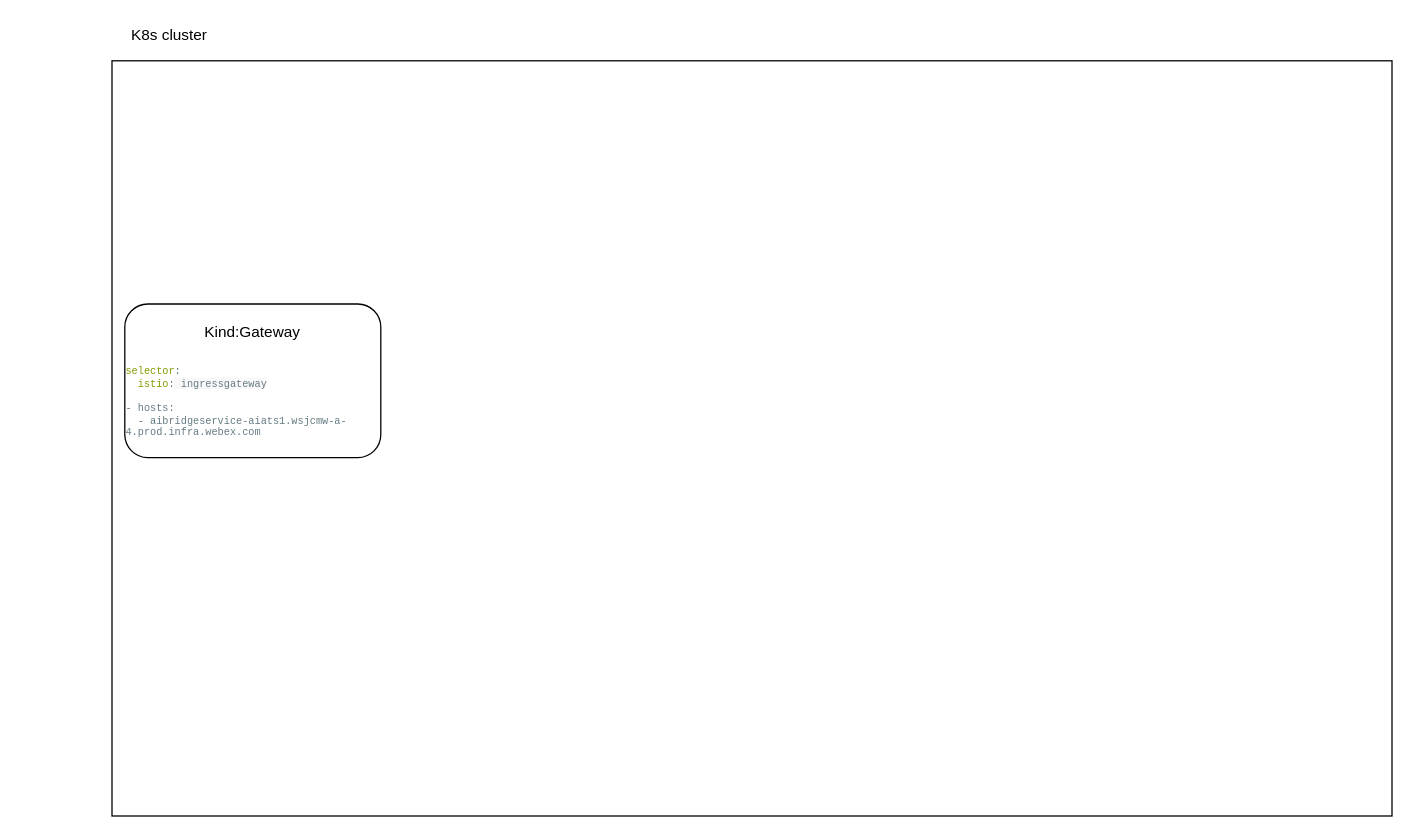
Earlier version of the draw.io diagram WEBEX-Istio-network-design.drawio (Tomoku-dm/diagrams_file). Source tidied: cells renumbered, new cells numbered last; positions are measured from the earlier drawing's top-left corner, leaving out a move shared by most shapes. Both pictures are drawn from the tidied source at 128%, with x=0, y=0 at pixel (111, 22).
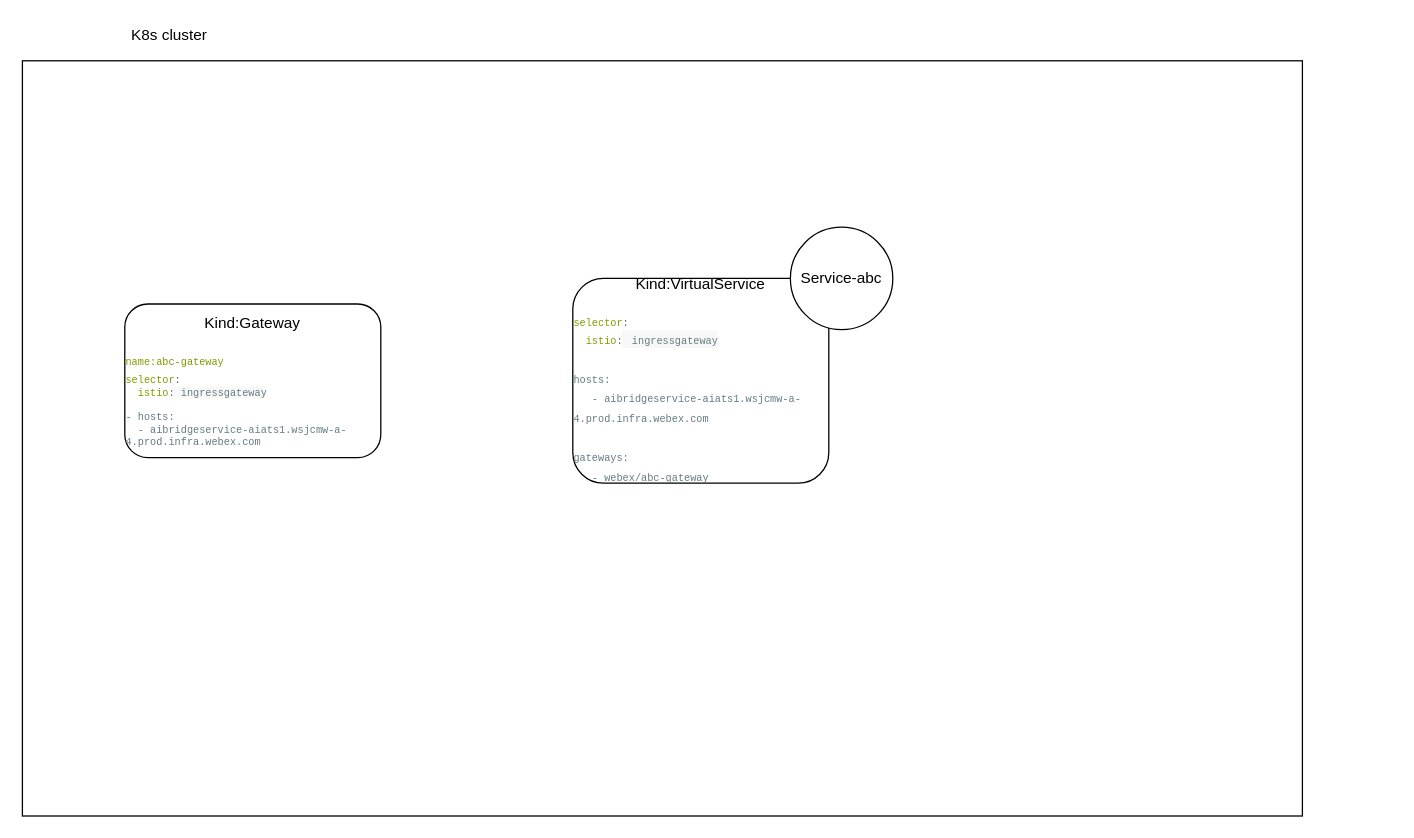
After the change.

Diff of the diagram source:
```diff
@@
 <mxGraphModel>
   <root>
     <mxCell id="0" />
     <mxCell id="1" parent="0" />
     <mxCell id="2" style="rounded=0;whiteSpace=wrap;html=1;" parent="1" vertex="1">
-      <mxGeometry y="30" width="1000" height="590" as="geometry" />
+      <mxGeometry x="-70" y="30" width="1000" height="590" as="geometry" />
     </mxCell>
     <mxCell id="3" value="K8s cluster" style="text;html=1;strokeColor=none;fillColor=none;align=center;verticalAlign=middle;whiteSpace=wrap;rounded=0;" parent="1" vertex="1">
       <mxGeometry width="90" height="20" as="geometry" />
     </mxCell>
-    <mxCell id="4" value="Kind:Gateway&lt;br&gt;&lt;br&gt;&lt;div style=&quot;text-align: left;&quot;&gt;&lt;span style=&quot;font-size: 8px; background-color: initial; margin: 0px; padding: 0px; border: 0px; font-variant-numeric: inherit; font-variant-east-asian: inherit; font-variant-alternates: inherit; font-stretch: inherit; line-height: inherit; font-family: Consolas, Monaco, &amp;quot;Andale Mono&amp;quot;, monospace; font-optical-sizing: inherit; font-kerning: inherit; font-feature-settings: inherit; font-variation-settings: inherit; vertical-align: baseline; color: rgb(133, 153, 0);&quot; class=&quot;token key atrule&quot;&gt;selector&lt;/span&gt;&lt;span style=&quot;font-size: 8px; background-color: initial; margin: 0px; padding: 0px; border: 0px; font-variant-numeric: inherit; font-variant-east-asian: inherit; font-variant-alternates: inherit; font-stretch: inherit; line-height: inherit; font-family: Consolas, Monaco, &amp;quot;Andale Mono&amp;quot;, monospace; font-optical-sizing: inherit; font-kerning: inherit; font-feature-settings: inherit; font-variation-settings: inherit; vertical-align: baseline; color: rgb(88, 110, 117);&quot; class=&quot;token punctuation&quot;&gt;:&lt;/span&gt;&lt;/div&gt;   &lt;font style=&quot;font-size: 8px;&quot;&gt;&lt;div style=&quot;text-align: left;&quot;&gt;&lt;span style=&quot;background-color: initial; margin: 0px; padding: 0px; border: 0px; font-variant-numeric: inherit; font-variant-east-asian: inherit; font-variant-alternates: inherit; font-stretch: inherit; line-height: inherit; font-family: Consolas, Monaco, &amp;quot;Andale Mono&amp;quot;, monospace; font-optical-sizing: inherit; font-kerning: inherit; font-feature-settings: inherit; font-variation-settings: inherit; vertical-align: baseline; color: rgb(133, 153, 0);&quot; class=&quot;token key atrule&quot;&gt;&amp;nbsp; istio&lt;/span&gt;&lt;span style=&quot;background-color: initial; margin: 0px; padding: 0px; border: 0px; font-variant-numeric: inherit; font-variant-east-asian: inherit; font-variant-alternates: inherit; font-stretch: inherit; line-height: inherit; font-family: Consolas, Monaco, &amp;quot;Andale Mono&amp;quot;, monospace; font-optical-sizing: inherit; font-kerning: inherit; font-feature-settings: inherit; font-variation-settings: inherit; vertical-align: baseline; color: rgb(88, 110, 117);&quot; class=&quot;token punctuation&quot;&gt;:&lt;/span&gt;&lt;span style=&quot;color: rgb(101, 123, 131); font-family: Consolas, Monaco, &amp;quot;Andale Mono&amp;quot;, monospace; background-color: rgb(248, 248, 248);&quot;&gt; ingressgateway&lt;br&gt;&lt;br&gt;&lt;div&gt;- hosts:&lt;/div&gt;&lt;div&gt;&amp;nbsp; - aibridgeservice-aiats1.wsjcmw-a-4.prod.infra.webex.com&lt;/div&gt;&lt;/span&gt;&lt;/div&gt;&lt;/font&gt;" style="rounded=1;whiteSpace=wrap;html=1;" parent="1" vertex="1">
+    <mxCell id="4" value="Kind:Gateway&lt;br&gt;&lt;br&gt;&lt;div style=&quot;text-align: left;&quot;&gt;&lt;span style=&quot;font-size: 8px; background-color: initial; margin: 0px; padding: 0px; border: 0px; font-variant-numeric: inherit; font-variant-east-asian: inherit; font-variant-alternates: inherit; font-stretch: inherit; line-height: inherit; font-family: Consolas, Monaco, &amp;quot;Andale Mono&amp;quot;, monospace; font-optical-sizing: inherit; font-kerning: inherit; font-feature-settings: inherit; font-variation-settings: inherit; vertical-align: baseline; color: rgb(133, 153, 0);&quot; class=&quot;token key atrule&quot;&gt;name:abc-gateway&lt;br&gt;selector&lt;/span&gt;&lt;span style=&quot;font-size: 8px; background-color: initial; margin: 0px; padding: 0px; border: 0px; font-variant-numeric: inherit; font-variant-east-asian: inherit; font-variant-alternates: inherit; font-stretch: inherit; line-height: inherit; font-family: Consolas, Monaco, &amp;quot;Andale Mono&amp;quot;, monospace; font-optical-sizing: inherit; font-kerning: inherit; font-feature-settings: inherit; font-variation-settings: inherit; vertical-align: baseline; color: rgb(88, 110, 117);&quot; class=&quot;token punctuation&quot;&gt;:&lt;/span&gt;&lt;/div&gt;   &lt;font style=&quot;font-size: 8px;&quot;&gt;&lt;div style=&quot;text-align: left;&quot;&gt;&lt;span style=&quot;background-color: initial; margin: 0px; padding: 0px; border: 0px; font-variant-numeric: inherit; font-variant-east-asian: inherit; font-variant-alternates: inherit; font-stretch: inherit; line-height: inherit; font-family: Consolas, Monaco, &amp;quot;Andale Mono&amp;quot;, monospace; font-optical-sizing: inherit; font-kerning: inherit; font-feature-settings: inherit; font-variation-settings: inherit; vertical-align: baseline; color: rgb(133, 153, 0);&quot; class=&quot;token key atrule&quot;&gt;&amp;nbsp; istio&lt;/span&gt;&lt;span style=&quot;background-color: initial; margin: 0px; padding: 0px; border: 0px; font-variant-numeric: inherit; font-variant-east-asian: inherit; font-variant-alternates: inherit; font-stretch: inherit; line-height: inherit; font-family: Consolas, Monaco, &amp;quot;Andale Mono&amp;quot;, monospace; font-optical-sizing: inherit; font-kerning: inherit; font-feature-settings: inherit; font-variation-settings: inherit; vertical-align: baseline; color: rgb(88, 110, 117);&quot; class=&quot;token punctuation&quot;&gt;:&lt;/span&gt;&lt;span style=&quot;color: rgb(101, 123, 131); font-family: Consolas, Monaco, &amp;quot;Andale Mono&amp;quot;, monospace; background-color: rgb(248, 248, 248);&quot;&gt; ingressgateway&lt;br&gt;&lt;br&gt;&lt;div&gt;- hosts:&lt;/div&gt;&lt;div&gt;&amp;nbsp; - aibridgeservice-aiats1.wsjcmw-a-4.prod.infra.webex.com&lt;/div&gt;&lt;/span&gt;&lt;/div&gt;&lt;/font&gt;" style="rounded=1;whiteSpace=wrap;html=1;" parent="1" vertex="1">
       <mxGeometry x="10" y="220" width="200" height="120" as="geometry" />
     </mxCell>
+    <mxCell id="5" style="group;" parent="1" vertex="1">
+      <mxGeometry x="360" y="160" width="250" height="200" as="geometry" />
+    </mxCell>
+    <mxCell id="6" value="Kind:VirtualService&lt;br&gt;&lt;br&gt;&lt;div style=&quot;text-align: left;&quot;&gt;&lt;span style=&quot;font-size: 8px; background-color: initial; margin: 0px; padding: 0px; border: 0px; font-variant-numeric: inherit; font-variant-east-asian: inherit; font-variant-alternates: inherit; font-stretch: inherit; line-height: inherit; font-family: Consolas, Monaco, &amp;quot;Andale Mono&amp;quot;, monospace; font-optical-sizing: inherit; font-kerning: inherit; font-feature-settings: inherit; font-variation-settings: inherit; vertical-align: baseline; color: rgb(133, 153, 0);&quot; class=&quot;token key atrule&quot;&gt;selector&lt;/span&gt;&lt;span style=&quot;font-size: 8px; background-color: initial; margin: 0px; padding: 0px; border: 0px; font-variant-numeric: inherit; font-variant-east-asian: inherit; font-variant-alternates: inherit; font-stretch: inherit; line-height: inherit; font-family: Consolas, Monaco, &amp;quot;Andale Mono&amp;quot;, monospace; font-optical-sizing: inherit; font-kerning: inherit; font-feature-settings: inherit; font-variation-settings: inherit; vertical-align: baseline; color: rgb(88, 110, 117);&quot; class=&quot;token punctuation&quot;&gt;:&lt;/span&gt;&lt;/div&gt;   &lt;font style=&quot;&quot;&gt;&lt;div style=&quot;text-align: left;&quot;&gt;&lt;span style=&quot;font-size: 8px; background-color: initial; margin: 0px; padding: 0px; border: 0px; font-variant-numeric: inherit; font-variant-east-asian: inherit; font-variant-alternates: inherit; font-stretch: inherit; line-height: inherit; font-family: Consolas, Monaco, &amp;quot;Andale Mono&amp;quot;, monospace; font-optical-sizing: inherit; font-kerning: inherit; font-feature-settings: inherit; font-variation-settings: inherit; vertical-align: baseline; color: rgb(133, 153, 0);&quot; class=&quot;token key atrule&quot;&gt;&amp;nbsp; istio&lt;/span&gt;&lt;span style=&quot;font-size: 8px; background-color: initial; margin: 0px; padding: 0px; border: 0px; font-variant-numeric: inherit; font-variant-east-asian: inherit; font-variant-alternates: inherit; font-stretch: inherit; line-height: inherit; font-family: Consolas, Monaco, &amp;quot;Andale Mono&amp;quot;, monospace; font-optical-sizing: inherit; font-kerning: inherit; font-feature-settings: inherit; font-variation-settings: inherit; vertical-align: baseline; color: rgb(88, 110, 117);&quot; class=&quot;token punctuation&quot;&gt;:&lt;/span&gt;&lt;span style=&quot;background-color: rgb(248, 248, 248);&quot;&gt;&lt;font face=&quot;Consolas, Monaco, Andale Mono, monospace&quot; color=&quot;#657b83&quot;&gt; &lt;font style=&quot;font-size: 8px;&quot;&gt;ingressgateway&lt;/font&gt;&lt;/font&gt;&lt;br&gt;&lt;br&gt;&lt;div style=&quot;&quot;&gt;&lt;div style=&quot;&quot;&gt;&lt;font face=&quot;Consolas, Monaco, Andale Mono, monospace&quot; color=&quot;#657b83&quot;&gt;&lt;span style=&quot;font-size: 8px;&quot;&gt;hosts:&lt;/span&gt;&lt;/font&gt;&lt;/div&gt;&lt;div style=&quot;&quot;&gt;&lt;font face=&quot;Consolas, Monaco, Andale Mono, monospace&quot; color=&quot;#657b83&quot;&gt;&lt;span style=&quot;font-size: 8px;&quot;&gt;&amp;nbsp; &amp;nbsp;- aibridgeservice-aiats1.wsjcmw-a-4.prod.infra.webex.com&lt;br&gt;&lt;br&gt;&lt;/span&gt;&lt;/font&gt;&lt;/div&gt;&lt;div style=&quot;&quot;&gt;&lt;font face=&quot;Consolas, Monaco, Andale Mono, monospace&quot; color=&quot;#657b83&quot;&gt;&lt;span style=&quot;font-size: 8px;&quot;&gt;gateways:&lt;/span&gt;&lt;/font&gt;&lt;/div&gt;&lt;div style=&quot;&quot;&gt;&lt;font face=&quot;Consolas, Monaco, Andale Mono, monospace&quot; color=&quot;#657b83&quot;&gt;&lt;span style=&quot;font-size: 8px;&quot;&gt;&amp;nbsp; &amp;nbsp;- webex/abc-gateway&lt;/span&gt;&lt;/font&gt;&lt;/div&gt;&lt;/div&gt;&lt;/span&gt;&lt;/div&gt;&lt;/font&gt;" style="rounded=1;whiteSpace=wrap;html=1;" parent="5" vertex="1">
+      <mxGeometry y="40" width="200" height="160" as="geometry" />
+    </mxCell>
+    <mxCell id="7" value="Service-abc" style="ellipse;whiteSpace=wrap;html=1;" parent="5" vertex="1">
+      <mxGeometry x="170" width="80" height="80" as="geometry" />
+    </mxCell>
   </root>
 </mxGraphModel>
```
